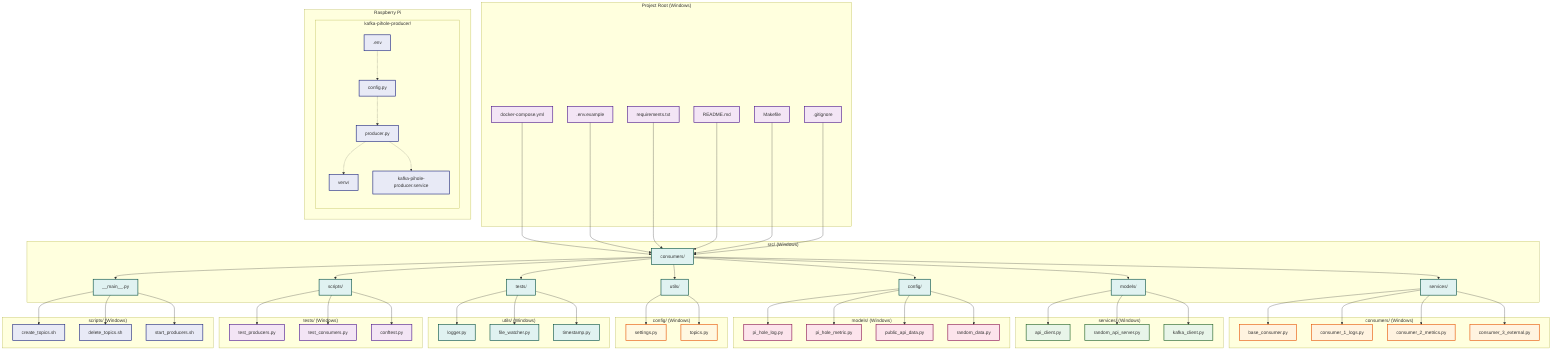
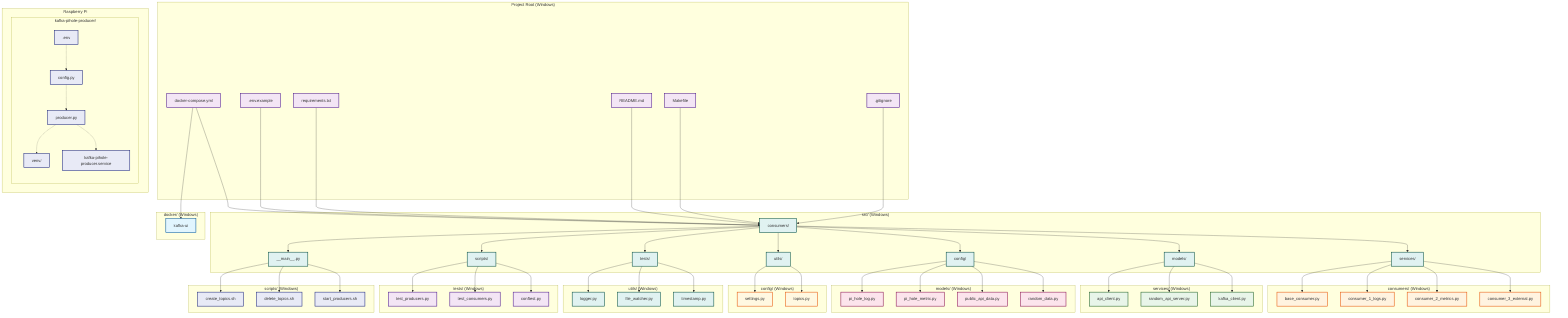
graph TD
    subgraph "Project Root (Windows)"
        A[docker-compose.yml]
        B[.env.example]
        C[requirements.txt]
        D[README.md]
        E[Makefile]
        F[.gitignore]
    end

    subgraph "Raspberry Pi"
        subgraph "kafka-pihole-producer/"
            RP1[.env]
            RP2[config.py]
            RP3[producer.py]
            RP4[venv/]
            RP5[kafka-pihole-producer.service]
        end
    end

    subgraph "src/ (Windows)"
        G[consumers/]
        H[services/]
        I[models/]
        J[config/]
        K[utils/]
        L[tests/]
        M[scripts/]
        N[__main__.py]
    end

    subgraph "consumers/ (Windows)"
        O[base_consumer.py]
        P[consumer_1_logs.py]
        Q[consumer_2_metrics.py]
        R[consumer_3_external.py]
    end

    subgraph "services/ (Windows)"
        S[api_client.py]
        T[random_api_server.py]
        U[kafka_client.py]
    end

    subgraph "models/ (Windows)"
        V[pi_hole_log.py]
        W[pi_hole_metric.py]
        X[public_api_data.py]
        Y[random_data.py]
    end

    subgraph "config/ (Windows)"
        Z[settings.py]
        AA[topics.py]
    end

    subgraph "utils/ (Windows)"
        AB[logger.py]
        AC[file_watcher.py]
        AD[timestamp.py]
    end

    subgraph "tests/ (Windows)"
        AE[test_producers.py]
        AF[test_consumers.py]
        AG[conftest.py]
    end

    subgraph "scripts/ (Windows)"
        AH[create_topics.sh]
        AI[delete_topics.sh]
        AJ[start_producers.sh]
    end

+     subgraph "docker/ (Windows)"
+         AK[kafka-ui]
+     end
+ 
    %% Connections
    A --> G
    B --> G
    C --> G
    D --> G
    E --> G
    F --> G

    G --> H
    G --> I
    G --> J
    G --> K
    G --> L
    G --> M
    G --> N

    H --> O
    H --> P
    H --> Q
    H --> R

    I --> S
    I --> T
    I --> U

    J --> V
    J --> W
    J --> X
    J --> Y

    K --> Z
    K --> AA

    L --> AB
    L --> AC
    L --> AD

    M --> AE
    M --> AF
    M --> AG

    N --> AH
    N --> AI
    N --> AJ

+     %% Docker relationship
+     A --> AK
+ 
    %% Raspberry Pi relationship
    RP1 -.-> RP2
    RP2 -.-> RP3
    RP3 -.-> RP4
    RP3 -.-> RP5

    %% Styles
    classDef root fill:#f3e5f5,stroke:#4a148c,stroke-width:2px
    classDef rpi fill:#e8eaf6,stroke:#1a237e,stroke-width:2px
    classDef src fill:#e0f2f1,stroke:#004d40,stroke-width:2px
    classDef consumers fill:#fff3e0,stroke:#e65100,stroke-width:2px
    classDef services fill:#e8f5e9,stroke:#1b5e20,stroke-width:2px
    classDef models fill:#fce4ec,stroke:#880e4f,stroke-width:2px
    classDef config fill:#fff8e1,stroke:#e65100,stroke-width:2px
    classDef utils fill:#e0f2f1,stroke:#004d40,stroke-width:2px
    classDef tests fill:#f3e5f5,stroke:#4a148c,stroke-width:2px
    classDef scripts fill:#e8eaf6,stroke:#1a237e,stroke-width:2px
+     classDef docker fill:#e1f5fe,stroke:#01579b,stroke-width:2px

    class A,B,C,D,E,F root
    class RP1,RP2,RP3,RP4,RP5 rpi
    class G,H,I,J,K,L,M,N src
    class O,P,Q,R consumers
    class S,T,U services
    class V,W,X,Y models
    class Z,AA config
    class AB,AC,AD utils
    class AE,AF,AG tests
-     class AH,AI,AJ scripts+     class AH,AI,AJ scripts
+     class AK docker